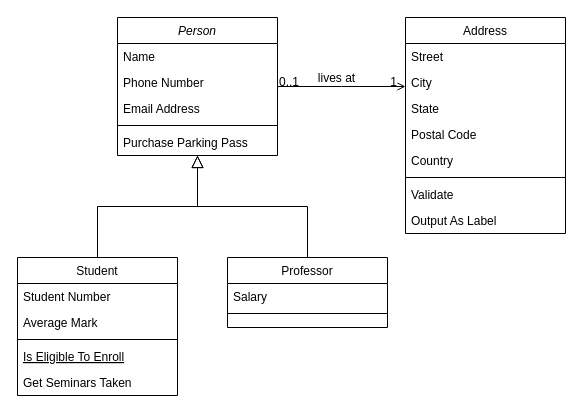
Before: 未命名绘图.drawio in luiyong/herokill, a draw.io diagram. Source tidied: cells renumbered, new cells numbered last; positions are measured from the earlier drawing's top-left corner, leaving out a move shared by most shapes. Both pictures are drawn from the tidied source at 100%, with x=0, y=0 at pixel (17, 17).
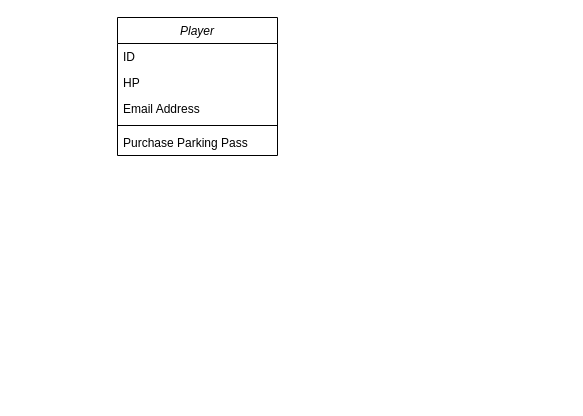
The same diagram, later.

What changed in the source:
```diff
@@
-    <mxCell id="2" value="Person" style="swimlane;fontStyle=2;align=center;verticalAlign=top;horizontal=1;startSize=26;rounded=0;shadow=0;strokeWidth=1;" parent="1" vertex="1">
+    <mxCell id="2" value="Player" style="swimlane;fontStyle=2;align=center;verticalAlign=top;horizontal=1;startSize=26;rounded=0;shadow=0;strokeWidth=1;" parent="1" vertex="1">
       <mxGeometry x="100" width="160" height="138" as="geometry" />
     </mxCell>
-    <mxCell id="3" value="Name" style="text;align=left;verticalAlign=top;spacingLeft=4;spacingRight=4;overflow=hidden;" parent="2" vertex="1">
+    <mxCell id="3" value="ID" style="text;align=left;verticalAlign=top;spacingLeft=4;spacingRight=4;overflow=hidden;" parent="2" vertex="1">
       <mxGeometry y="26" width="160" height="26" as="geometry" />
     </mxCell>
-    <mxCell id="4" value="Phone Number" style="text;align=left;verticalAlign=top;spacingLeft=4;spacingRight=4;overflow=hidden;rounded=0;shadow=0;html=0;" parent="2" vertex="1">
+    <mxCell id="4" value="HP" style="text;align=left;verticalAlign=top;spacingLeft=4;spacingRight=4;overflow=hidden;rounded=0;shadow=0;html=0;" parent="2" vertex="1">
       <mxGeometry y="52" width="160" height="26" as="geometry" />
     </mxCell>
@@
-    <mxCell id="8" value="Student" style="swimlane;fontStyle=0;align=center;verticalAlign=top;horizontal=1;startSize=26;rounded=0;shadow=0;strokeWidth=1;" parent="1" vertex="1">
-      <mxGeometry y="240" width="160" height="138" as="geometry" />
-    </mxCell>
-    <mxCell id="9" value="Student Number" style="text;align=left;verticalAlign=top;spacingLeft=4;spacingRight=4;overflow=hidden;" parent="8" vertex="1">
-      <mxGeometry y="26" width="160" height="26" as="geometry" />
-    </mxCell>
-    <mxCell id="10" value="Average Mark" style="text;align=left;verticalAlign=top;spacingLeft=4;spacingRight=4;overflow=hidden;rounded=0;shadow=0;html=0;" parent="8" vertex="1">
-      <mxGeometry y="52" width="160" height="26" as="geometry" />
-    </mxCell>
-    <mxCell id="11" style="line;html=1;strokeWidth=1;align=left;verticalAlign=middle;spacingTop=-1;spacingLeft=3;spacingRight=3;labelPosition=right;" parent="8" vertex="1">
-      <mxGeometry y="78" width="160" height="8" as="geometry" />
-    </mxCell>
-    <mxCell id="12" value="Is Eligible To Enroll" style="text;align=left;verticalAlign=top;spacingLeft=4;spacingRight=4;overflow=hidden;fontStyle=4;" parent="8" vertex="1">
-      <mxGeometry y="86" width="160" height="26" as="geometry" />
-    </mxCell>
-    <mxCell id="13" value="Get Seminars Taken" style="text;align=left;verticalAlign=top;spacingLeft=4;spacingRight=4;overflow=hidden;" parent="8" vertex="1">
-      <mxGeometry y="112" width="160" height="26" as="geometry" />
-    </mxCell>
-    <mxCell id="14" style="endArrow=block;endSize=10;endFill=0;shadow=0;strokeWidth=1;rounded=0;edgeStyle=elbowEdgeStyle;elbow=vertical;" parent="1" edge="1" source="8" target="2">
-      <mxGeometry relative="1" as="geometry" />
-    </mxCell>
-    <mxCell id="15" value="Professor" style="swimlane;fontStyle=0;align=center;verticalAlign=top;horizontal=1;startSize=26;rounded=0;shadow=0;strokeWidth=1;" parent="1" vertex="1">
-      <mxGeometry x="210" y="240" width="160" height="70" as="geometry" />
-    </mxCell>
-    <mxCell id="16" value="Salary" style="text;align=left;verticalAlign=top;spacingLeft=4;spacingRight=4;overflow=hidden;" parent="15" vertex="1">
-      <mxGeometry y="26" width="160" height="26" as="geometry" />
-    </mxCell>
-    <mxCell id="17" style="line;html=1;strokeWidth=1;align=left;verticalAlign=middle;spacingTop=-1;spacingLeft=3;spacingRight=3;labelPosition=right;" parent="15" vertex="1">
-      <mxGeometry y="52" width="160" height="8" as="geometry" />
-    </mxCell>
-    <mxCell id="18" style="endArrow=block;endSize=10;endFill=0;shadow=0;strokeWidth=1;rounded=0;edgeStyle=elbowEdgeStyle;elbow=vertical;" parent="1" edge="1" source="15" target="2">
-      <mxGeometry relative="1" as="geometry" />
-    </mxCell>
-    <mxCell id="19" value="Address" style="swimlane;fontStyle=0;align=center;verticalAlign=top;horizontal=1;startSize=26;rounded=0;shadow=0;strokeWidth=1;" parent="1" vertex="1">
-      <mxGeometry x="388" width="160" height="216" as="geometry" />
-    </mxCell>
-    <mxCell id="20" value="Street" style="text;align=left;verticalAlign=top;spacingLeft=4;spacingRight=4;overflow=hidden;" parent="19" vertex="1">
-      <mxGeometry y="26" width="160" height="26" as="geometry" />
-    </mxCell>
-    <mxCell id="21" value="City" style="text;align=left;verticalAlign=top;spacingLeft=4;spacingRight=4;overflow=hidden;rounded=0;shadow=0;html=0;" parent="19" vertex="1">
-      <mxGeometry y="52" width="160" height="26" as="geometry" />
-    </mxCell>
-    <mxCell id="22" value="State" style="text;align=left;verticalAlign=top;spacingLeft=4;spacingRight=4;overflow=hidden;rounded=0;shadow=0;html=0;" parent="19" vertex="1">
-      <mxGeometry y="78" width="160" height="26" as="geometry" />
-    </mxCell>
-    <mxCell id="23" value="Postal Code" style="text;align=left;verticalAlign=top;spacingLeft=4;spacingRight=4;overflow=hidden;rounded=0;shadow=0;html=0;" parent="19" vertex="1">
-      <mxGeometry y="104" width="160" height="26" as="geometry" />
-    </mxCell>
-    <mxCell id="24" value="Country" style="text;align=left;verticalAlign=top;spacingLeft=4;spacingRight=4;overflow=hidden;rounded=0;shadow=0;html=0;" parent="19" vertex="1">
-      <mxGeometry y="130" width="160" height="26" as="geometry" />
-    </mxCell>
-    <mxCell id="25" style="line;html=1;strokeWidth=1;align=left;verticalAlign=middle;spacingTop=-1;spacingLeft=3;spacingRight=3;labelPosition=right;" parent="19" vertex="1">
-      <mxGeometry y="156" width="160" height="8" as="geometry" />
-    </mxCell>
-    <mxCell id="26" value="Validate" style="text;align=left;verticalAlign=top;spacingLeft=4;spacingRight=4;overflow=hidden;" parent="19" vertex="1">
-      <mxGeometry y="164" width="160" height="26" as="geometry" />
-    </mxCell>
-    <mxCell id="27" value="Output As Label" style="text;align=left;verticalAlign=top;spacingLeft=4;spacingRight=4;overflow=hidden;" parent="19" vertex="1">
-      <mxGeometry y="190" width="160" height="26" as="geometry" />
-    </mxCell>
-    <mxCell id="28" style="endArrow=open;shadow=0;strokeWidth=1;rounded=0;endFill=1;edgeStyle=elbowEdgeStyle;elbow=vertical;" parent="1" edge="1" source="2" target="19">
-      <mxGeometry x="0.5" y="41" relative="1" as="geometry">
-        <mxPoint x="-40" y="32" as="offset" />
-      </mxGeometry>
-    </mxCell>
-    <mxCell id="29" value="0..1" style="align=left;verticalAlign=bottom;labelBackgroundColor=none;fontSize=12;" parent="28" vertex="1">
-      <mxGeometry x="-1" relative="1" as="geometry">
-        <mxPoint y="4" as="offset" />
-      </mxGeometry>
-    </mxCell>
-    <mxCell id="30" value="1" style="align=right;verticalAlign=bottom;labelBackgroundColor=none;fontSize=12;" parent="28" vertex="1">
-      <mxGeometry x="1" relative="1" as="geometry">
-        <mxPoint x="-7" y="4" as="offset" />
-      </mxGeometry>
-    </mxCell>
-    <mxCell id="31" value="lives at" style="text;html=1;align=center;verticalAlign=middle;labelBackgroundColor=none;rounded=0;shadow=0;strokeWidth=1;fontSize=12;" parent="28" vertex="1">
-      <mxGeometry x="0.5" y="49" relative="1" as="geometry">
-        <mxPoint x="-38" y="40" as="offset" />
-      </mxGeometry>
-    </mxCell>
```
